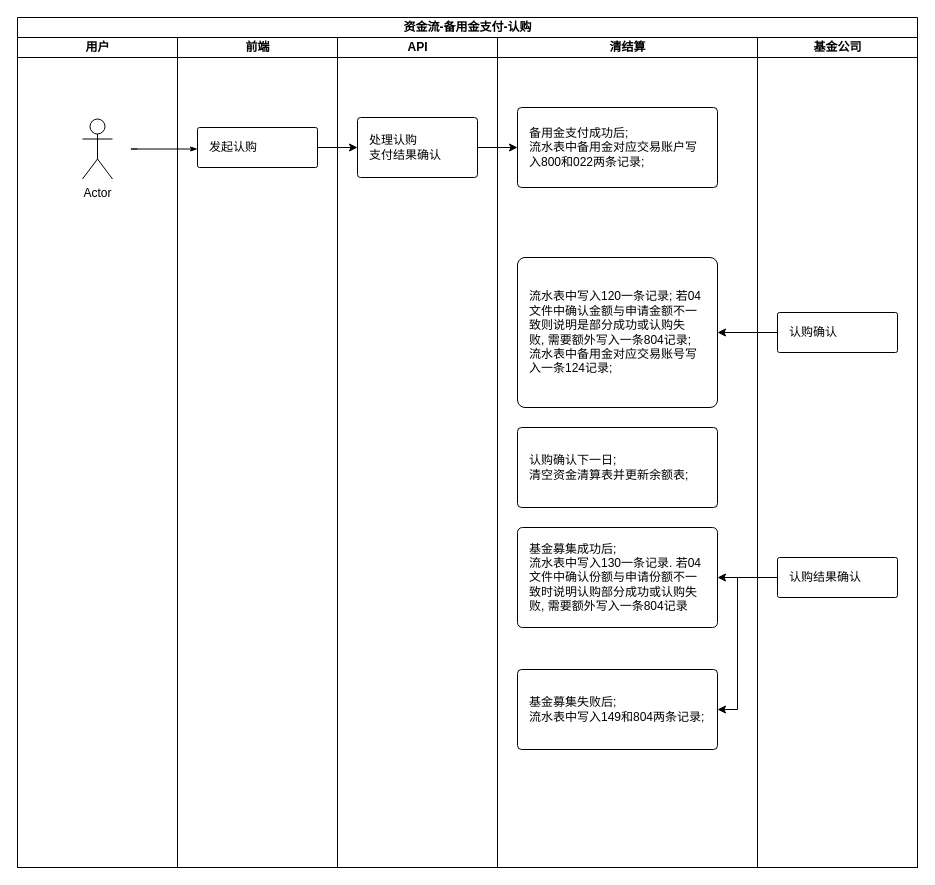
This is page "认购-备用金支付" (2 of 8) of 2.drawio from xieyx/flow, a draw.io file, before an edit. Source tidied: cells renumbered, new cells numbered last; positions are measured from the earlier drawing's top-left corner, leaving out a move shared by most shapes. Both pictures are drawn from the tidied source at 100%, with x=0, y=0 at pixel (17, 17).
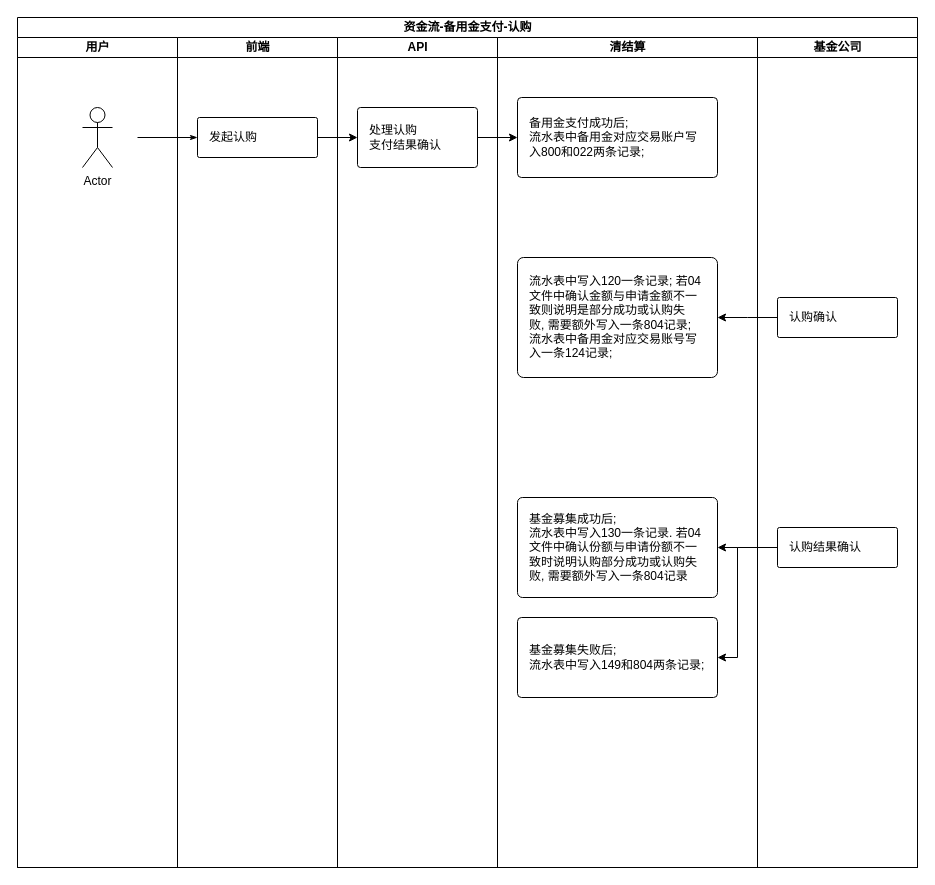
Above is the later version.

The change refers to these unchanged cells:
```xml
<mxCell id="2" value="资金流-备用金支付-认购" style="swimlane;html=1;startSize=20;rounded=0;shadow=0;labelBackgroundColor=none;strokeWidth=1;fontFamily=Helvetica;fontSize=12;align=center;" parent="1" vertex="1">
  <mxGeometry width="900" height="850" as="geometry" />
</mxCell>
<mxCell id="3" value="用户" style="swimlane;html=1;startSize=20;fontFamily=Helvetica;fontSize=12;" parent="2" vertex="1">
  <mxGeometry y="20" width="160" height="830" as="geometry" />
</mxCell>
<mxCell id="5" value="前端" style="swimlane;html=1;startSize=20;fontFamily=Helvetica;fontSize=12;" parent="2" vertex="1">
  <mxGeometry x="160" y="20" width="160" height="830" as="geometry" />
</mxCell>
<mxCell id="7" value="API" style="swimlane;html=1;startSize=20;fontFamily=Helvetica;fontSize=12;" parent="2" vertex="1">
  <mxGeometry x="320" y="20" width="160" height="830" as="geometry" />
</mxCell>
<mxCell id="12" value="清结算" style="swimlane;html=1;startSize=20;fontFamily=Helvetica;fontSize=12;" parent="2" vertex="1">
  <mxGeometry x="480" y="20" width="260" height="830" as="geometry" />
</mxCell>
<mxCell id="18" value="基金公司" style="swimlane;html=1;startSize=20;fontFamily=Helvetica;fontSize=12;" parent="2" vertex="1">
  <mxGeometry x="740" y="20" width="160" height="830" as="geometry" />
</mxCell>
```

Change to the diagram source:
```diff
@@
     <mxCell id="4" value="Actor" style="shape=umlActor;verticalLabelPosition=bottom;verticalAlign=top;html=1;fontFamily=Helvetica;fontSize=12;" parent="3" vertex="1">
-      <mxGeometry x="65" y="81.5" width="30" height="60" as="geometry" />
+      <mxGeometry x="65" y="70" width="30" height="60" as="geometry" />
     </mxCell>
@@
     <mxCell id="6" value="发起认购" style="rounded=1;whiteSpace=wrap;html=1;align=left;spacingLeft=2;spacingRight=2;spacing=10;arcSize=5;fontFamily=Helvetica;fontSize=12;" parent="5" vertex="1">
-      <mxGeometry x="20" y="90" width="120" height="40" as="geometry" />
+      <mxGeometry x="20" y="80" width="120" height="40" as="geometry" />
     </mxCell>
@@
     <mxCell id="8" value="处理认购&lt;br style=&quot;font-size: 12px;&quot;&gt;支付结果确认&lt;br style=&quot;font-size: 12px;&quot;&gt;" style="rounded=1;whiteSpace=wrap;html=1;align=left;spacingLeft=2;spacingRight=2;spacing=10;arcSize=5;fontFamily=Helvetica;fontSize=12;" parent="7" vertex="1">
-      <mxGeometry x="20" y="80" width="120" height="60" as="geometry" />
+      <mxGeometry x="20" y="70" width="120" height="60" as="geometry" />
     </mxCell>
-    <mxCell id="9" style="edgeStyle=orthogonalEdgeStyle;rounded=1;html=1;labelBackgroundColor=none;startArrow=none;startFill=0;startSize=5;endArrow=classicThin;endFill=1;endSize=5;jettySize=auto;strokeWidth=1;fontFamily=Helvetica;fontSize=12;" parent="2" edge="1" target="6">
+    <mxCell id="9" style="edgeStyle=orthogonalEdgeStyle;rounded=1;html=1;labelBackgroundColor=none;startArrow=none;startFill=0;startSize=5;endArrow=classicThin;endFill=1;endSize=5;jettySize=auto;strokeWidth=1;fontFamily=Helvetica;fontSize=12;entryX=0;entryY=0.5;entryDx=0;entryDy=0;" parent="2" edge="1" target="6">
       <mxGeometry relative="1" as="geometry">
-        <mxPoint x="120" y="131.5" as="sourcePoint" />
+        <mxPoint x="120" y="120" as="sourcePoint" />
         <Array as="points">
-          <mxPoint x="110" y="131.5" />
-          <mxPoint x="110" y="131.5" />
+          <mxPoint x="120" y="120" />
         </Array>
       </mxGeometry>
     </mxCell>
@@
     <mxCell id="13" value="备用金支付成功后;&lt;br style=&quot;font-size: 12px;&quot;&gt;流水表中备用金对应交易账户写入800和022两条记录;" style="rounded=1;whiteSpace=wrap;html=1;align=left;spacingLeft=2;spacingRight=2;spacing=10;arcSize=5;fontFamily=Helvetica;fontSize=12;" parent="12" vertex="1">
-      <mxGeometry x="20" y="70" width="200" height="80" as="geometry" />
+      <mxGeometry x="20" y="60" width="200" height="80" as="geometry" />
     </mxCell>
     <mxCell id="14" value="&lt;span style=&quot;font-size: 12px&quot;&gt;流水表中写入120一条记录; 若04文件中确认金额与申请金额不一致则说明是部分成功或认购失败&lt;/span&gt;&lt;span style=&quot;font-size: 12px&quot;&gt;,&lt;/span&gt;&lt;span style=&quot;font-size: 12px&quot;&gt;&lt;span style=&quot;font-size: 12px&quot;&gt;&amp;nbsp;需要&lt;/span&gt;&lt;/span&gt;&lt;span style=&quot;font-size: 12px&quot;&gt;&lt;span style=&quot;font-size: 12px&quot;&gt;额外写入一条804记录&lt;/span&gt;&lt;/span&gt;&lt;span style=&quot;font-size: 12px&quot;&gt;;&lt;/span&gt;&lt;span style=&quot;font-size: 12px&quot;&gt;&lt;br style=&quot;font-size: 12px&quot;&gt;流水表中备用金对应交易账号写入一条124记录;&lt;/span&gt;" style="rounded=1;whiteSpace=wrap;html=1;align=left;spacingLeft=2;spacingRight=2;spacing=10;arcSize=5;fontFamily=Helvetica;fontSize=12;" parent="12" vertex="1">
-      <mxGeometry x="20" y="220" width="200" height="150" as="geometry" />
+      <mxGeometry x="20" y="220" width="200" height="120" as="geometry" />
     </mxCell>
     <mxCell id="15" value="基金募集成功后;&lt;br style=&quot;font-size: 12px;&quot;&gt;流水表中写入130一条记录. 若04文件中确认份额与申请份额不一致时说明认购部分成功或认购失败, 需要额外写入一条804记录" style="rounded=1;whiteSpace=wrap;html=1;align=left;spacingLeft=2;spacingRight=2;spacing=10;arcSize=5;fontFamily=Helvetica;fontSize=12;" parent="12" vertex="1">
-      <mxGeometry x="20" y="490" width="200" height="100" as="geometry" />
+      <mxGeometry x="20" y="460" width="200" height="100" as="geometry" />
     </mxCell>
     <mxCell id="16" value="基金募集失败后;&lt;br style=&quot;font-size: 12px;&quot;&gt;流水表中写入149和804两条记录;" style="rounded=1;whiteSpace=wrap;html=1;align=left;spacingLeft=2;spacingRight=2;spacing=10;arcSize=5;fontFamily=Helvetica;fontSize=12;" parent="12" vertex="1">
-      <mxGeometry x="20" y="632" width="200" height="80" as="geometry" />
+      <mxGeometry x="20" y="580" width="200" height="80" as="geometry" />
     </mxCell>
-    <mxCell id="17" value="认购确认下一日;&lt;br&gt;清空资金清算表并更新余额表;" style="rounded=1;whiteSpace=wrap;html=1;align=left;spacingLeft=2;spacingRight=2;spacing=10;arcSize=5;fontFamily=Helvetica;fontSize=12;" parent="12" vertex="1">
-      <mxGeometry x="20" y="390" width="200" height="80" as="geometry" />
-    </mxCell>
@@
     <mxCell id="19" value="认购确认" style="rounded=1;whiteSpace=wrap;html=1;align=left;spacingLeft=2;spacingRight=2;spacing=10;arcSize=5;fontFamily=Helvetica;fontSize=12;" parent="18" vertex="1">
-      <mxGeometry x="20" y="275" width="120" height="40" as="geometry" />
+      <mxGeometry x="20" y="260" width="120" height="40" as="geometry" />
     </mxCell>
@@
     <mxCell id="21" value="认购结果确认" style="rounded=1;whiteSpace=wrap;html=1;align=left;spacingLeft=2;spacingRight=2;spacing=10;arcSize=5;fontFamily=Helvetica;fontSize=12;" parent="18" vertex="1">
-      <mxGeometry x="20" y="520" width="120" height="40" as="geometry" />
+      <mxGeometry x="20" y="490" width="120" height="40" as="geometry" />
     </mxCell>
@@
     <mxCell id="23" style="edgeStyle=orthogonalEdgeStyle;rounded=0;jettySize=auto;html=1;exitX=0;exitY=0.5;exitDx=0;exitDy=0;entryX=1;entryY=0.5;entryDx=0;entryDy=0;fontFamily=Helvetica;fontSize=12;" parent="2" edge="1" source="19" target="14">
       <mxGeometry relative="1" as="geometry">
         <Array as="points">
-          <mxPoint x="760" y="315" />
+          <mxPoint x="730" y="300" />
+          <mxPoint x="730" y="300" />
         </Array>
       </mxGeometry>
     </mxCell>
-    <mxCell id="24" style="edgeStyle=orthogonalEdgeStyle;rounded=0;jettySize=auto;html=1;fontFamily=Helvetica;fontSize=12;" parent="2" edge="1" source="21" target="15">
+    <mxCell id="24" style="edgeStyle=orthogonalEdgeStyle;rounded=0;jettySize=auto;html=1;fontFamily=Helvetica;fontSize=12;exitX=0;exitY=0.5;exitDx=0;exitDy=0;entryX=1;entryY=0.5;entryDx=0;entryDy=0;" parent="2" edge="1" source="21" target="15">
       <mxGeometry relative="1" as="geometry">
         <Array as="points">
-          <mxPoint x="700" y="562" />
-          <mxPoint x="700" y="562" />
+          <mxPoint x="720" y="530" />
+          <mxPoint x="720" y="530" />
         </Array>
       </mxGeometry>
     </mxCell>
     <mxCell id="25" style="edgeStyle=orthogonalEdgeStyle;rounded=0;jettySize=auto;html=1;entryX=1;entryY=0.5;entryDx=0;entryDy=0;exitX=0;exitY=0.5;exitDx=0;exitDy=0;fontFamily=Helvetica;fontSize=12;" parent="2" edge="1" source="21" target="16">
       <mxGeometry relative="1" as="geometry">
         <Array as="points">
-          <mxPoint x="720" y="560" />
-          <mxPoint x="720" y="692" />
+          <mxPoint x="720" y="530" />
+          <mxPoint x="720" y="640" />
         </Array>
       </mxGeometry>
     </mxCell>
```
